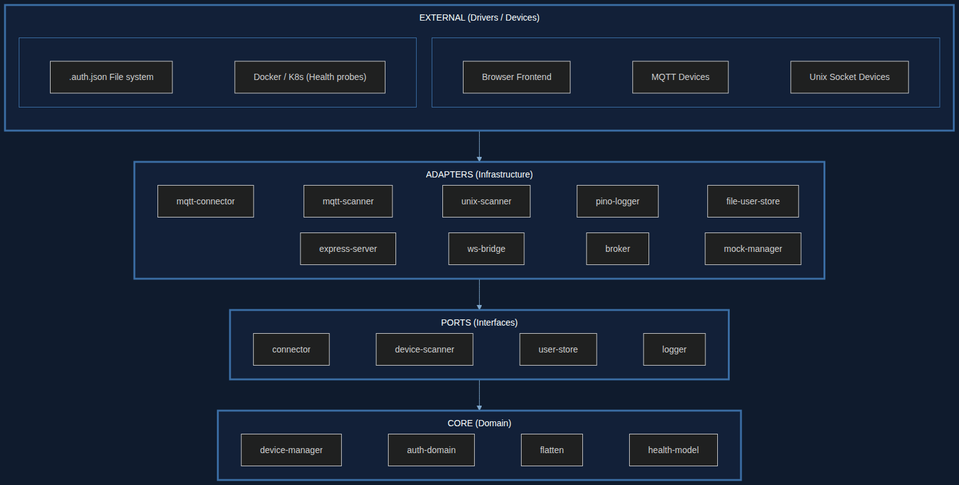
Earlier version of the Mermaid export documentation/images/clean-architecture-layers.png (JuriPospelow/advancedGUI). Its source is kept beside it as documentation/images/docs-scripts/clean-architecture-layers.mmd.
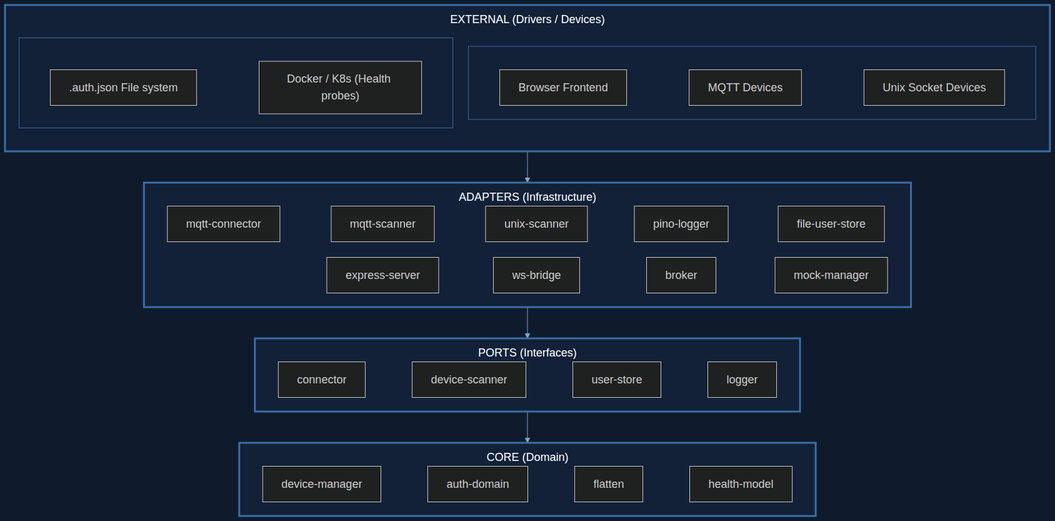
After the commit.

Commit message:
docs: increase diagram font size to 18px

Change to the diagram source:
```diff
@@ -1,4 +1,4 @@
-%%{init: {"theme":"dark","themeVariables":{"background":"#0f1b2d","primaryColor":"#16233c","primaryBorderColor":"#3b6ea5","primaryTextColor":"#e6edf5","clusterBkg":"#122038","clusterBorder":"#3b6ea5","lineColor":"#7fa8cc","fontSize":"14px"},"flowchart":{"rankDir":"TB","nodeSpacing":25,"rankSpacing":50,"useMaxWidth":false,"subGraphTitleMargin":{"top":10,"bottom":5}}}}%%
+%%{init: {"theme":"dark","themeVariables":{"background":"#0f1b2d","primaryColor":"#16233c","primaryBorderColor":"#3b6ea5","primaryTextColor":"#e6edf5","clusterBkg":"#122038","clusterBorder":"#3b6ea5","lineColor":"#7fa8cc","fontSize":"18px"},"flowchart":{"rankDir":"TB","nodeSpacing":25,"rankSpacing":50,"useMaxWidth":false,"subGraphTitleMargin":{"top":10,"bottom":5}}}}%%
 flowchart TB
     subgraph EXT["EXTERNAL (Drivers / Devices)"]
         direction TB
```
